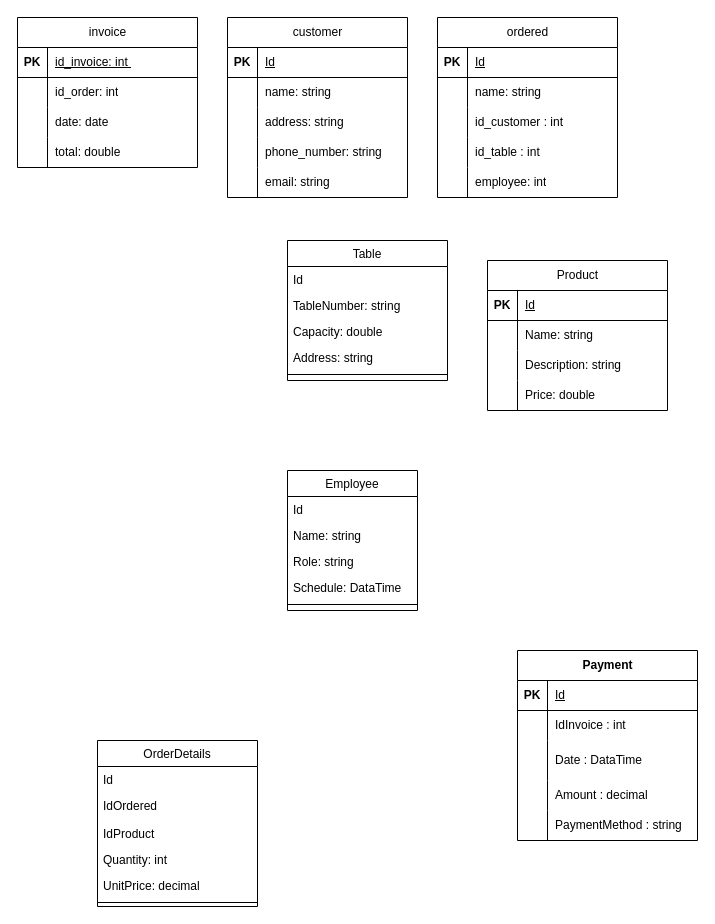
Before: page "ER" (2 of 2) of Documents/Diagrama sin título.drawio in KevinAlvarezD/RestAdmin, a draw.io diagram. Source tidied: cells renumbered, new cells numbered last; positions are measured from the earlier drawing's top-left corner, leaving out a move shared by most shapes. Both pictures are drawn from the tidied source at 100%, with x=0, y=0 at pixel (17, 17).
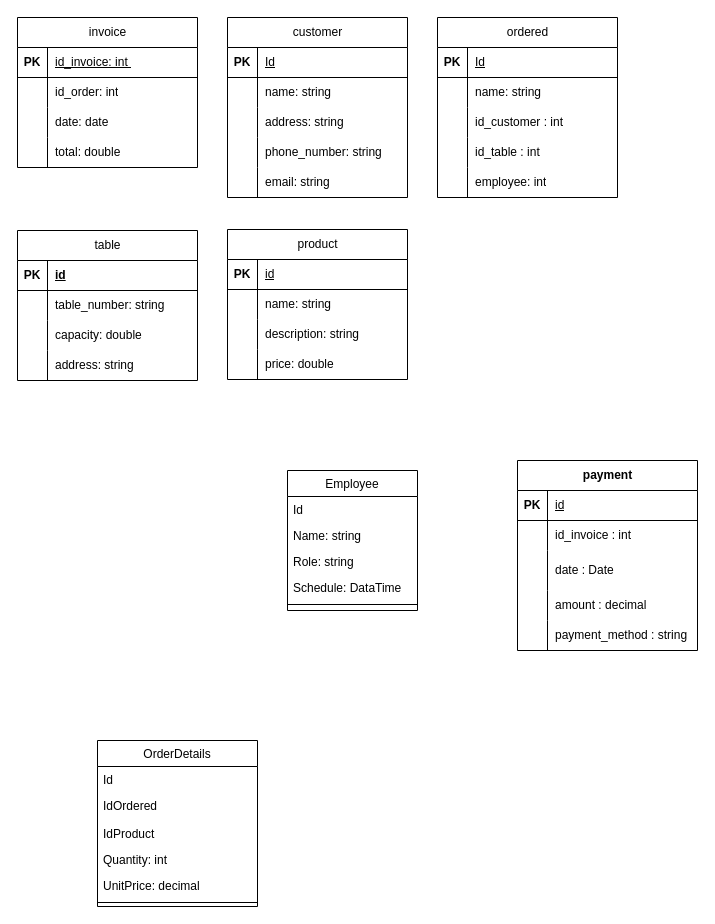
Above is the later version.

Unchanged cells that the change refers to:
```xml
<mxCell id="67" style="shape=tableRow;horizontal=0;startSize=0;swimlaneHead=0;swimlaneBody=0;fillColor=none;top=0;left=0;right=0;bottom=1;" parent="66" vertex="1">
  <mxGeometry y="30" width="180" height="30" as="geometry" />
</mxCell>
<mxCell id="70" style="shape=tableRow;horizontal=0;startSize=0;swimlaneHead=0;swimlaneBody=0;fillColor=none;top=0;left=0;right=0;bottom=0;" parent="66" vertex="1">
  <mxGeometry y="60" width="180" height="30" as="geometry" />
</mxCell>
<mxCell id="73" style="shape=tableRow;horizontal=0;startSize=0;swimlaneHead=0;swimlaneBody=0;fillColor=none;top=0;left=0;right=0;bottom=0;" parent="66" vertex="1">
  <mxGeometry y="90" width="180" height="30" as="geometry" />
</mxCell>
<mxCell id="76" style="shape=tableRow;horizontal=0;startSize=0;swimlaneHead=0;swimlaneBody=0;fillColor=none;top=0;left=0;right=0;bottom=0;" parent="66" vertex="1">
  <mxGeometry y="120" width="180" height="30" as="geometry" />
</mxCell>
<mxCell id="80" style="shape=tableRow;horizontal=0;startSize=0;swimlaneHead=0;swimlaneBody=0;fillColor=none;top=0;left=0;right=0;bottom=1;" parent="79" vertex="1">
  <mxGeometry y="30" width="180" height="30" as="geometry" />
</mxCell>
<mxCell id="83" style="shape=tableRow;horizontal=0;startSize=0;swimlaneHead=0;swimlaneBody=0;fillColor=none;top=0;left=0;right=0;bottom=0;" parent="79" vertex="1">
  <mxGeometry y="60" width="180" height="30" as="geometry" />
</mxCell>
<mxCell id="86" style="shape=tableRow;horizontal=0;startSize=0;swimlaneHead=0;swimlaneBody=0;fillColor=none;top=0;left=0;right=0;bottom=0;" parent="79" vertex="1">
  <mxGeometry y="90" width="180" height="40" as="geometry" />
</mxCell>
<mxCell id="89" style="shape=tableRow;horizontal=0;startSize=0;swimlaneHead=0;swimlaneBody=0;fillColor=none;top=0;left=0;right=0;bottom=0;" parent="79" vertex="1">
  <mxGeometry y="130" width="180" height="30" as="geometry" />
</mxCell>
<mxCell id="92" style="shape=tableRow;horizontal=0;startSize=0;swimlaneHead=0;swimlaneBody=0;fillColor=none;top=0;left=0;right=0;bottom=0;" parent="79" vertex="1">
  <mxGeometry y="160" width="180" height="30" as="geometry" />
</mxCell>
```

The edit, as a diff of the source:
```diff
@@
-    <mxCell id="2" value="Table" style="swimlane;fontStyle=0;align=center;verticalAlign=top;horizontal=1;startSize=26;rounded=0;shadow=0;strokeWidth=1;" parent="1" vertex="1">
-      <mxGeometry x="270" y="223" width="160" height="140" as="geometry" />
-    </mxCell>
-    <mxCell id="3" value="Id" style="text;align=left;verticalAlign=top;spacingLeft=4;spacingRight=4;overflow=hidden;" parent="2" vertex="1">
-      <mxGeometry y="26" width="160" height="26" as="geometry" />
-    </mxCell>
-    <mxCell id="4" value="TableNumber: string" style="text;align=left;verticalAlign=top;spacingLeft=4;spacingRight=4;overflow=hidden;rounded=0;shadow=0;html=0;" parent="2" vertex="1">
-      <mxGeometry y="52" width="160" height="26" as="geometry" />
-    </mxCell>
-    <mxCell id="5" value="Capacity: double" style="text;align=left;verticalAlign=top;spacingLeft=4;spacingRight=4;overflow=hidden;rounded=0;shadow=0;html=0;" parent="2" vertex="1">
-      <mxGeometry y="78" width="160" height="26" as="geometry" />
-    </mxCell>
-    <mxCell id="6" value="Address: string" style="text;align=left;verticalAlign=top;spacingLeft=4;spacingRight=4;overflow=hidden;rounded=0;shadow=0;html=0;" parent="2" vertex="1">
-      <mxGeometry y="104" width="160" height="26" as="geometry" />
-    </mxCell>
-    <mxCell id="7" style="line;html=1;strokeWidth=1;align=left;verticalAlign=middle;spacingTop=-1;spacingLeft=3;spacingRight=3;labelPosition=right;" parent="2" vertex="1">
-      <mxGeometry y="130" width="160" height="8" as="geometry" />
-    </mxCell>
@@
+    <mxCell id="95" value="&lt;span style=&quot;font-weight: 400;&quot;&gt;table&lt;/span&gt;" style="shape=table;startSize=30;childLayout=tableLayout;rowLines=0;fontStyle=1;align=center;html=1;" parent="1" vertex="1">
+      <mxGeometry y="213" width="180" height="150" as="geometry" />
+    </mxCell>
+    <mxCell id="96" style="shape=tableRow;horizontal=0;startSize=0;swimlaneHead=0;swimlaneBody=0;fillColor=none;top=0;left=0;right=0;bottom=1;" parent="95" vertex="1">
+      <mxGeometry y="30" width="180" height="30" as="geometry" />
+    </mxCell>
+    <mxCell id="97" value="PK" style="shape=partialRectangle;fillColor=none;top=0;left=0;bottom=0;right=0;fontStyle=1;overflow=hidden;whiteSpace=wrap;html=1;" parent="96" vertex="1">
+      <mxGeometry width="30" height="30" as="geometry" />
+    </mxCell>
+    <mxCell id="98" value="id" style="shape=partialRectangle;fillColor=none;top=0;left=0;bottom=0;right=0;align=left;spacingLeft=6;fontStyle=5;overflow=hidden;whiteSpace=wrap;html=1;" parent="96" vertex="1">
+      <mxGeometry x="30" width="150" height="30" as="geometry" />
+    </mxCell>
+    <mxCell id="99" style="shape=tableRow;horizontal=0;startSize=0;swimlaneHead=0;swimlaneBody=0;fillColor=none;top=0;left=0;right=0;bottom=0;" parent="95" vertex="1">
+      <mxGeometry y="60" width="180" height="30" as="geometry" />
+    </mxCell>
+    <mxCell id="100" style="shape=partialRectangle;fillColor=none;top=0;left=0;bottom=0;right=0;overflow=hidden;whiteSpace=wrap;html=1;" parent="99" vertex="1">
+      <mxGeometry width="30" height="30" as="geometry" />
+    </mxCell>
+    <mxCell id="101" value="&lt;span style=&quot;text-wrap: nowrap;&quot;&gt;table_number: string&lt;/span&gt;" style="shape=partialRectangle;fillColor=none;top=0;left=0;bottom=0;right=0;align=left;spacingLeft=6;overflow=hidden;whiteSpace=wrap;html=1;" parent="99" vertex="1">
+      <mxGeometry x="30" width="150" height="30" as="geometry" />
+    </mxCell>
+    <mxCell id="102" style="shape=tableRow;horizontal=0;startSize=0;swimlaneHead=0;swimlaneBody=0;fillColor=none;top=0;left=0;right=0;bottom=0;" parent="95" vertex="1">
+      <mxGeometry y="90" width="180" height="30" as="geometry" />
+    </mxCell>
+    <mxCell id="103" style="shape=partialRectangle;fillColor=none;top=0;left=0;bottom=0;right=0;overflow=hidden;whiteSpace=wrap;html=1;" parent="102" vertex="1">
+      <mxGeometry width="30" height="30" as="geometry" />
+    </mxCell>
+    <mxCell id="104" value="&lt;span style=&quot;text-wrap: nowrap;&quot;&gt;capacity: double&lt;/span&gt;" style="shape=partialRectangle;fillColor=none;top=0;left=0;bottom=0;right=0;align=left;spacingLeft=6;overflow=hidden;whiteSpace=wrap;html=1;" parent="102" vertex="1">
+      <mxGeometry x="30" width="150" height="30" as="geometry" />
+    </mxCell>
+    <mxCell id="105" style="shape=tableRow;horizontal=0;startSize=0;swimlaneHead=0;swimlaneBody=0;fillColor=none;top=0;left=0;right=0;bottom=0;" parent="95" vertex="1">
+      <mxGeometry y="120" width="180" height="30" as="geometry" />
+    </mxCell>
+    <mxCell id="106" style="shape=partialRectangle;fillColor=none;top=0;left=0;bottom=0;right=0;overflow=hidden;whiteSpace=wrap;html=1;" parent="105" vertex="1">
+      <mxGeometry width="30" height="30" as="geometry" />
+    </mxCell>
+    <mxCell id="107" value="&lt;span style=&quot;text-wrap: nowrap;&quot;&gt;address: string&lt;/span&gt;" style="shape=partialRectangle;fillColor=none;top=0;left=0;bottom=0;right=0;align=left;spacingLeft=6;overflow=hidden;whiteSpace=wrap;html=1;" parent="105" vertex="1">
+      <mxGeometry x="30" width="150" height="30" as="geometry" />
+    </mxCell>
-    <mxCell id="66" value="&lt;span style=&quot;font-weight: 400;&quot;&gt;Product&lt;/span&gt;" style="shape=table;startSize=30;childLayout=tableLayout;rowLines=0;fontStyle=1;align=center;html=1;" parent="1" vertex="1">
-      <mxGeometry x="470" y="243" width="180" height="150" as="geometry" />
+    <mxCell id="66" value="&lt;span style=&quot;font-weight: 400;&quot;&gt;product&lt;/span&gt;" style="shape=table;startSize=30;childLayout=tableLayout;rowLines=0;fontStyle=1;align=center;html=1;" parent="1" vertex="1">
+      <mxGeometry x="210" y="212" width="180" height="150" as="geometry" />
     </mxCell>
@@
-    <mxCell id="69" value="&lt;span style=&quot;font-weight: 400; text-wrap: nowrap;&quot;&gt;Id&lt;/span&gt;" style="shape=partialRectangle;fillColor=none;top=0;left=0;bottom=0;right=0;align=left;spacingLeft=6;fontStyle=5;overflow=hidden;whiteSpace=wrap;html=1;" parent="67" vertex="1">
+    <mxCell id="69" value="&lt;span style=&quot;font-weight: 400; text-wrap: nowrap;&quot;&gt;id&lt;/span&gt;" style="shape=partialRectangle;fillColor=none;top=0;left=0;bottom=0;right=0;align=left;spacingLeft=6;fontStyle=5;overflow=hidden;whiteSpace=wrap;html=1;" parent="67" vertex="1">
       <mxGeometry x="30" width="150" height="30" as="geometry" />
     </mxCell>
@@
-    <mxCell id="72" value="&lt;span style=&quot;text-wrap: nowrap;&quot;&gt;Name: string&lt;/span&gt;" style="shape=partialRectangle;fillColor=none;top=0;left=0;bottom=0;right=0;align=left;spacingLeft=6;overflow=hidden;whiteSpace=wrap;html=1;" parent="70" vertex="1">
+    <mxCell id="72" value="&lt;span style=&quot;text-wrap: nowrap;&quot;&gt;name: string&lt;/span&gt;" style="shape=partialRectangle;fillColor=none;top=0;left=0;bottom=0;right=0;align=left;spacingLeft=6;overflow=hidden;whiteSpace=wrap;html=1;" parent="70" vertex="1">
       <mxGeometry x="30" width="150" height="30" as="geometry" />
     </mxCell>
@@
-    <mxCell id="75" value="&lt;span style=&quot;text-wrap: nowrap;&quot;&gt;Description: string&lt;/span&gt;" style="shape=partialRectangle;fillColor=none;top=0;left=0;bottom=0;right=0;align=left;spacingLeft=6;overflow=hidden;whiteSpace=wrap;html=1;" parent="73" vertex="1">
+    <mxCell id="75" value="&lt;span style=&quot;text-wrap: nowrap;&quot;&gt;description: string&lt;/span&gt;" style="shape=partialRectangle;fillColor=none;top=0;left=0;bottom=0;right=0;align=left;spacingLeft=6;overflow=hidden;whiteSpace=wrap;html=1;" parent="73" vertex="1">
       <mxGeometry x="30" width="150" height="30" as="geometry" />
     </mxCell>
@@
-    <mxCell id="78" value="&lt;span style=&quot;text-wrap: nowrap;&quot;&gt;Price: double&lt;/span&gt;" style="shape=partialRectangle;fillColor=none;top=0;left=0;bottom=0;right=0;align=left;spacingLeft=6;overflow=hidden;whiteSpace=wrap;html=1;" parent="76" vertex="1">
+    <mxCell id="78" value="&lt;span style=&quot;text-wrap: nowrap;&quot;&gt;price: double&lt;/span&gt;" style="shape=partialRectangle;fillColor=none;top=0;left=0;bottom=0;right=0;align=left;spacingLeft=6;overflow=hidden;whiteSpace=wrap;html=1;" parent="76" vertex="1">
       <mxGeometry x="30" width="150" height="30" as="geometry" />
     </mxCell>
-    <mxCell id="79" value="Payment" style="shape=table;startSize=30;childLayout=tableLayout;rowLines=0;fontStyle=1;align=center;html=1;" parent="1" vertex="1">
-      <mxGeometry x="500" y="633" width="180" height="190" as="geometry" />
+    <mxCell id="79" value="payment" style="shape=table;startSize=30;childLayout=tableLayout;rowLines=0;fontStyle=1;align=center;html=1;" parent="1" vertex="1">
+      <mxGeometry x="500" y="443" width="180" height="190" as="geometry" />
     </mxCell>
@@
-    <mxCell id="82" value="&lt;span style=&quot;font-weight: 400; text-wrap: nowrap;&quot;&gt;Id&lt;/span&gt;" style="shape=partialRectangle;fillColor=none;top=0;left=0;bottom=0;right=0;align=left;spacingLeft=6;fontStyle=5;overflow=hidden;whiteSpace=wrap;html=1;" parent="80" vertex="1">
+    <mxCell id="82" value="&lt;span style=&quot;font-weight: 400; text-wrap: nowrap;&quot;&gt;id&lt;/span&gt;" style="shape=partialRectangle;fillColor=none;top=0;left=0;bottom=0;right=0;align=left;spacingLeft=6;fontStyle=5;overflow=hidden;whiteSpace=wrap;html=1;" parent="80" vertex="1">
       <mxGeometry x="30" width="150" height="30" as="geometry" />
     </mxCell>
@@
-    <mxCell id="85" value="&lt;span style=&quot;text-wrap: nowrap;&quot;&gt;IdInvoice : int&lt;/span&gt;" style="shape=partialRectangle;fillColor=none;top=0;left=0;bottom=0;right=0;align=left;spacingLeft=6;overflow=hidden;whiteSpace=wrap;html=1;" parent="83" vertex="1">
+    <mxCell id="85" value="&lt;span style=&quot;text-wrap: nowrap;&quot;&gt;id_invoice : int&lt;/span&gt;" style="shape=partialRectangle;fillColor=none;top=0;left=0;bottom=0;right=0;align=left;spacingLeft=6;overflow=hidden;whiteSpace=wrap;html=1;" parent="83" vertex="1">
       <mxGeometry x="30" width="150" height="30" as="geometry" />
     </mxCell>
@@
-    <mxCell id="88" value="&lt;span style=&quot;text-wrap: nowrap;&quot;&gt;Date : DataTime&lt;/span&gt;" style="shape=partialRectangle;fillColor=none;top=0;left=0;bottom=0;right=0;align=left;spacingLeft=6;overflow=hidden;whiteSpace=wrap;html=1;" parent="86" vertex="1">
+    <mxCell id="88" value="&lt;span style=&quot;text-wrap: nowrap;&quot;&gt;date : Date&lt;/span&gt;" style="shape=partialRectangle;fillColor=none;top=0;left=0;bottom=0;right=0;align=left;spacingLeft=6;overflow=hidden;whiteSpace=wrap;html=1;" parent="86" vertex="1">
       <mxGeometry x="30" width="150" height="40" as="geometry" />
     </mxCell>
@@
-    <mxCell id="91" value="&lt;span style=&quot;text-wrap: nowrap;&quot;&gt;Amount : decimal&lt;/span&gt;" style="shape=partialRectangle;fillColor=none;top=0;left=0;bottom=0;right=0;align=left;spacingLeft=6;overflow=hidden;whiteSpace=wrap;html=1;" parent="89" vertex="1">
+    <mxCell id="91" value="&lt;span style=&quot;text-wrap: nowrap;&quot;&gt;amount : decimal&lt;/span&gt;" style="shape=partialRectangle;fillColor=none;top=0;left=0;bottom=0;right=0;align=left;spacingLeft=6;overflow=hidden;whiteSpace=wrap;html=1;" parent="89" vertex="1">
       <mxGeometry x="30" width="150" height="30" as="geometry" />
     </mxCell>
@@
-    <mxCell id="94" value="&lt;span style=&quot;text-wrap: nowrap;&quot;&gt;PaymentMethod : string&lt;/span&gt;" style="shape=partialRectangle;fillColor=none;top=0;left=0;bottom=0;right=0;align=left;spacingLeft=6;overflow=hidden;whiteSpace=wrap;html=1;" parent="92" vertex="1">
+    <mxCell id="94" value="&lt;span style=&quot;text-wrap: nowrap;&quot;&gt;payment_method : string&lt;/span&gt;" style="shape=partialRectangle;fillColor=none;top=0;left=0;bottom=0;right=0;align=left;spacingLeft=6;overflow=hidden;whiteSpace=wrap;html=1;" parent="92" vertex="1">
       <mxGeometry x="30" width="150" height="30" as="geometry" />
     </mxCell>
```
